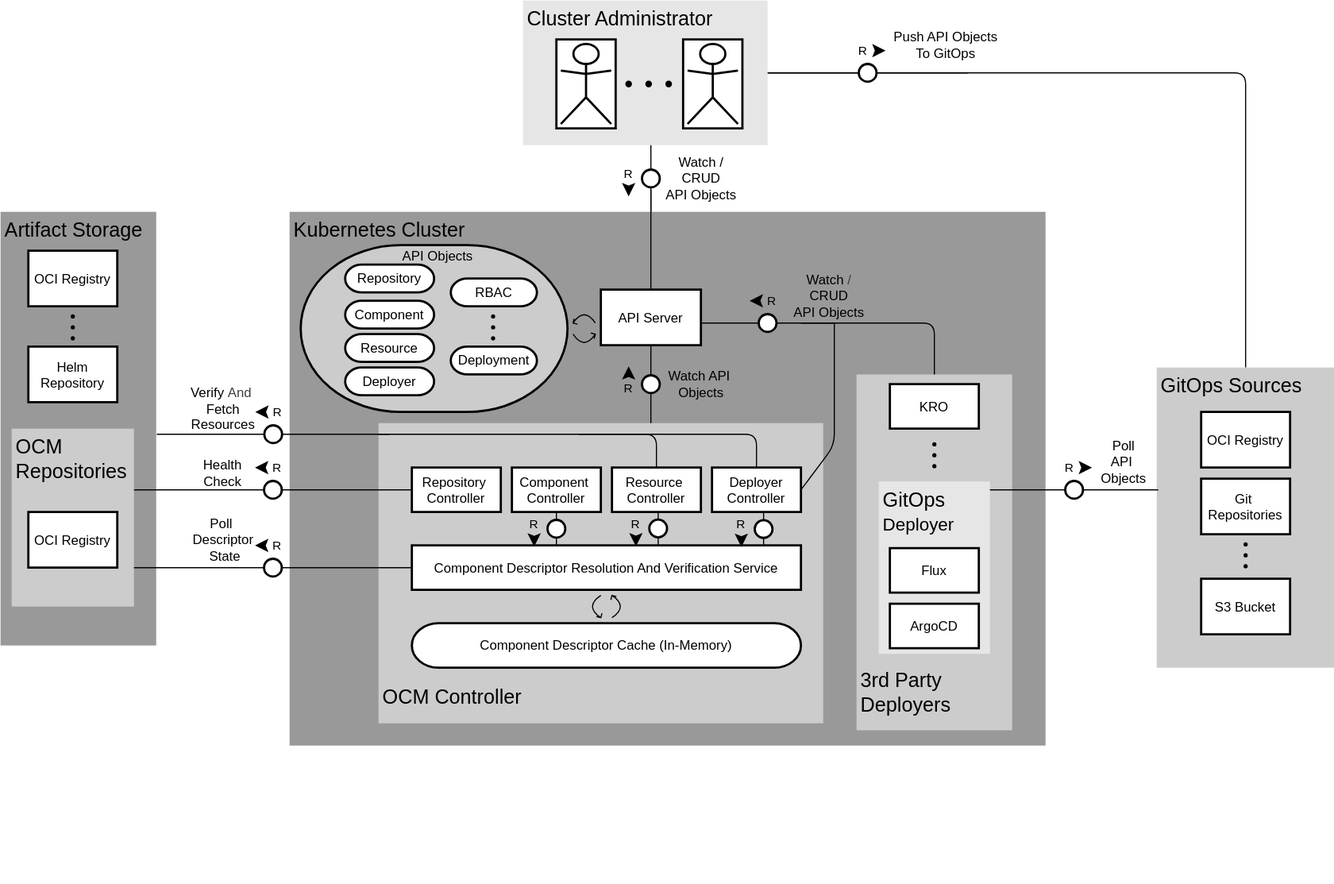
This is kubernetes/controller/docs/assets/controller-tam.svg from open-component-model/open-component-model, a draw.io export, as it was before one commit. Source tidied: cells renumbered, new cells last; positions are measured from the earlier drawing's top-left corner, leaving out a move shared by most shapes.
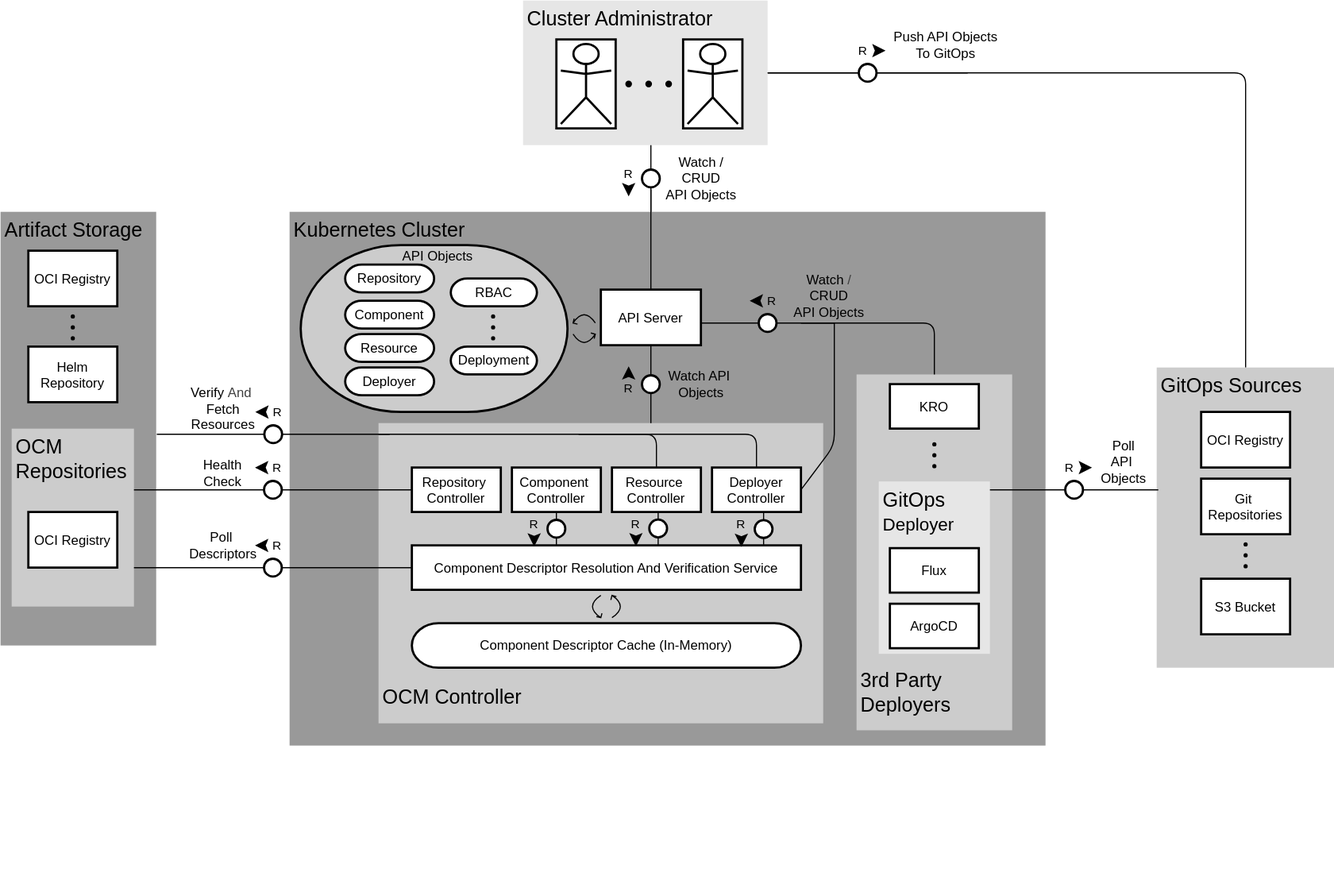
The same diagram one commit later.

Change to the diagram source:
```diff
@@ -98,8 +98,8 @@
     <mxCell id="31" value="Poll&lt;br&gt;&lt;div&gt;API&amp;nbsp;&lt;/div&gt;&lt;div&gt;Objects&lt;/div&gt;" style="text;html=1;align=center;verticalAlign=middle;strokeColor=none;fillColor=none;" parent="1" vertex="1">
       <mxGeometry x="980" y="385" width="60" height="60" as="geometry" />
     </mxCell>
-    <mxCell id="32" value="Poll&amp;nbsp;&lt;div&gt;Descriptor&lt;div&gt;&amp;nbsp;State&lt;br&gt;&lt;/div&gt;&lt;/div&gt;" style="text;html=1;align=center;verticalAlign=middle;strokeColor=none;fillColor=none;" parent="1" vertex="1">
-      <mxGeometry x="160" y="455" width="80" height="60" as="geometry" />
+    <mxCell id="32" value="Poll&amp;nbsp;&lt;div&gt;Descriptors&lt;/div&gt;" style="text;html=1;align=center;verticalAlign=middle;strokeColor=none;fillColor=none;" parent="1" vertex="1">
+      <mxGeometry x="160" y="470" width="80" height="40" as="geometry" />
     </mxCell>
     <mxCell id="33" value="OCI Registry" style="shape=agent;offsetSize=8;strokeWidth=2;" parent="1" vertex="1">
       <mxGeometry x="25" y="225" width="80" height="50" as="geometry" />
```
